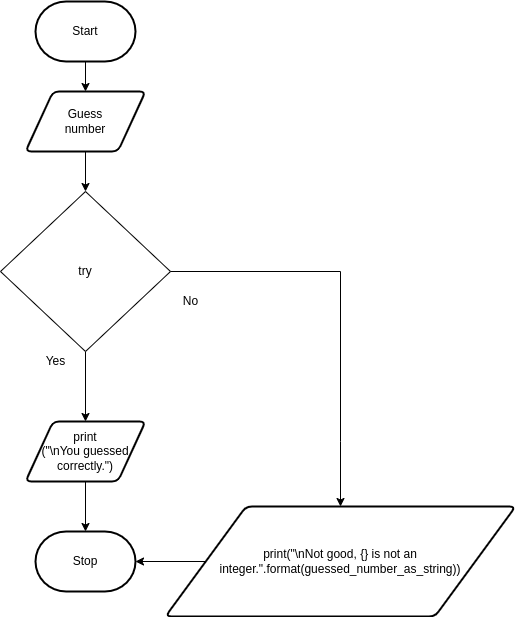
Earlier version of the draw.io export design/flowchart.png (Emmanuel-Fofeyin/ICS3U-Unit3-06-Python). Source tidied: cells renumbered, new cells last; positions are measured from the earlier drawing's top-left corner, leaving out a move shared by most shapes.
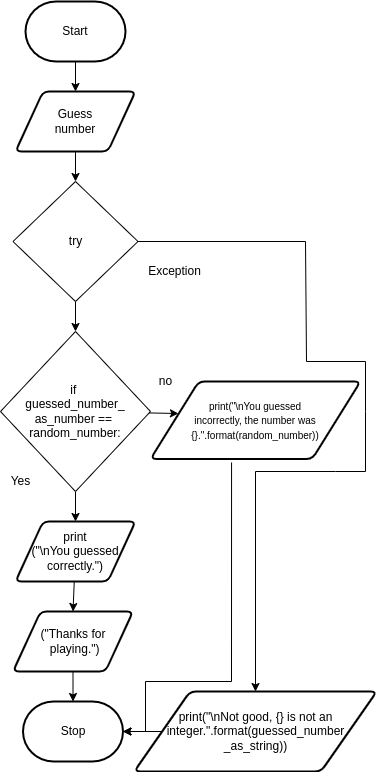
After the commit.

Commit message:
made some adjustments.

Change to the diagram source:
```diff
@@ -11,43 +11,78 @@
     <mxCell id="4" style="edgeStyle=none;html=1;exitX=0.5;exitY=1;exitDx=0;exitDy=0;entryX=0.5;entryY=0;entryDx=0;entryDy=0;" parent="1" edge="1" source="8" target="9">
       <mxGeometry relative="1" as="geometry" />
     </mxCell>
-    <mxCell id="5" style="edgeStyle=none;html=1;entryX=0.5;entryY=0;entryDx=0;entryDy=0;exitX=0.5;exitY=1;exitDx=0;exitDy=0;" parent="1" edge="1" source="9" target="7">
+    <mxCell id="5" style="edgeStyle=none;html=1;exitX=0.5;exitY=1;exitDx=0;exitDy=0;entryX=0.5;entryY=0;entryDx=0;entryDy=0;" parent="1" edge="1" source="9" target="18">
       <mxGeometry relative="1" as="geometry" />
     </mxCell>
-    <mxCell id="6" style="edgeStyle=none;html=1;entryX=0.5;entryY=0;entryDx=0;entryDy=0;entryPerimeter=0;" parent="1" edge="1" source="7" target="13">
+    <mxCell id="6" style="edgeStyle=none;html=1;entryX=0.5;entryY=0;entryDx=0;entryDy=0;" parent="1" edge="1" source="7" target="23">
       <mxGeometry relative="1" as="geometry" />
     </mxCell>
     <mxCell id="7" value="print&lt;br&gt;(&quot;\nYou guessed correctly.&quot;)" style="shape=parallelogram;html=1;strokeWidth=2;perimeter=parallelogramPerimeter;whiteSpace=wrap;rounded=1;arcSize=12;size=0.23;" parent="1" vertex="1">
-      <mxGeometry x="25" y="420" width="120" height="60" as="geometry" />
+      <mxGeometry x="25" y="520" width="120" height="60" as="geometry" />
     </mxCell>
     <mxCell id="8" value="Guess&lt;br&gt;number" style="shape=parallelogram;html=1;strokeWidth=2;perimeter=parallelogramPerimeter;whiteSpace=wrap;rounded=1;arcSize=12;size=0.23;" parent="1" vertex="1">
       <mxGeometry x="25" y="90" width="120" height="60" as="geometry" />
     </mxCell>
+    <mxCell id="12" style="edgeStyle=none;html=1;rounded=0;entryX=0.5;entryY=0;entryDx=0;entryDy=0;" parent="1" edge="1" source="9" target="15">
+      <mxGeometry relative="1" as="geometry">
+        <Array as="points">
+          <mxPoint x="315" y="240" />
+          <mxPoint x="316" y="360" />
+          <mxPoint x="375" y="360" />
+          <mxPoint x="375" y="410" />
+          <mxPoint x="375" y="470" />
+          <mxPoint x="345" y="470" />
+          <mxPoint x="265" y="470" />
+        </Array>
+      </mxGeometry>
+    </mxCell>
     <mxCell id="9" value="try" style="rhombus;whiteSpace=wrap;html=1;" parent="1" vertex="1">
-      <mxGeometry y="190" width="170" height="160" as="geometry" />
+      <mxGeometry x="22.5" y="180" width="125" height="120" as="geometry" />
     </mxCell>
     <mxCell id="10" value="Yes" style="text;html=1;align=center;verticalAlign=middle;strokeColor=none;fillColor=none;" parent="1" vertex="1">
-      <mxGeometry x="35" y="350" width="40" height="20" as="geometry" />
+      <mxGeometry x="10" y="470" width="40" height="20" as="geometry" />
     </mxCell>
-    <mxCell id="11" value="No" style="text;html=1;align=center;verticalAlign=middle;strokeColor=none;fillColor=none;" parent="1" vertex="1">
-      <mxGeometry x="175" y="290" width="30" height="20" as="geometry" />
+    <mxCell id="11" value="Exception" style="text;html=1;align=center;verticalAlign=middle;strokeColor=none;fillColor=none;" parent="1" vertex="1">
+      <mxGeometry x="149" y="260" width="70" height="20" as="geometry" />
     </mxCell>
-    <mxCell id="12" style="edgeStyle=none;html=1;exitX=1;exitY=0.5;exitDx=0;exitDy=0;rounded=0;entryX=0.5;entryY=0;entryDx=0;entryDy=0;" parent="1" edge="1" source="9" target="15">
-      <mxGeometry relative="1" as="geometry">
-        <Array as="points">
-          <mxPoint x="340" y="270" />
-          <mxPoint x="340" y="440" />
-        </Array>
-      </mxGeometry>
-    </mxCell>
     <mxCell id="13" value="Stop" style="strokeWidth=2;html=1;shape=mxgraph.flowchart.terminator;whiteSpace=wrap;" parent="1" vertex="1">
-      <mxGeometry x="35" y="530" width="100" height="60" as="geometry" />
+      <mxGeometry x="32.5" y="700" width="100" height="60" as="geometry" />
     </mxCell>
-    <mxCell id="14" style="edgeStyle=none;html=1;exitX=0;exitY=0.5;exitDx=0;exitDy=0;entryX=1;entryY=0.5;entryDx=0;entryDy=0;entryPerimeter=0;" parent="1" edge="1" source="15" target="13">
+    <mxCell id="14" style="edgeStyle=none;rounded=0;html=1;entryX=1;entryY=0.5;entryDx=0;entryDy=0;entryPerimeter=0;" parent="1" edge="1" source="15" target="13">
       <mxGeometry relative="1" as="geometry" />
     </mxCell>
-    <mxCell id="15" value="print(&quot;\nNot good, {} is not an integer.&quot;.format(guessed_number_as_string))" style="shape=parallelogram;html=1;strokeWidth=2;perimeter=parallelogramPerimeter;whiteSpace=wrap;rounded=1;arcSize=12;size=0.23;" parent="1" vertex="1">
-      <mxGeometry x="165" y="505" width="350" height="110" as="geometry" />
+    <mxCell id="15" value="print(&quot;\nNot good, {} is not an integer.&quot;.format(guessed_number&lt;br&gt;_as_string))" style="shape=parallelogram;html=1;strokeWidth=2;perimeter=parallelogramPerimeter;whiteSpace=wrap;rounded=1;arcSize=12;size=0.23;" parent="1" vertex="1">
+      <mxGeometry x="143.8" y="690" width="242.5" height="80" as="geometry" />
     </mxCell>
+    <mxCell id="16" style="edgeStyle=none;html=1;entryX=0.5;entryY=0;entryDx=0;entryDy=0;" parent="1" edge="1" source="18" target="7">
+      <mxGeometry relative="1" as="geometry" />
+    </mxCell>
+    <mxCell id="17" style="edgeStyle=none;rounded=0;html=1;entryX=0.133;entryY=0.413;entryDx=0;entryDy=0;entryPerimeter=0;" parent="1" edge="1" source="18" target="21">
+      <mxGeometry relative="1" as="geometry" />
+    </mxCell>
+    <mxCell id="18" value="if &lt;br&gt;guessed_number_&lt;br&gt;as_number == &lt;br&gt;random_number:" style="rhombus;whiteSpace=wrap;html=1;" parent="1" vertex="1">
+      <mxGeometry x="10" y="330" width="150" height="160" as="geometry" />
+    </mxCell>
+    <mxCell id="19" value="no" style="text;html=1;align=center;verticalAlign=middle;strokeColor=none;fillColor=none;" parent="1" vertex="1">
+      <mxGeometry x="160" y="370" width="30" height="20" as="geometry" />
+    </mxCell>
+    <mxCell id="20" style="edgeStyle=none;rounded=0;html=1;fontSize=10;exitX=0.386;exitY=1.045;exitDx=0;exitDy=0;exitPerimeter=0;entryX=1;entryY=0.5;entryDx=0;entryDy=0;entryPerimeter=0;" parent="1" edge="1" source="21" target="13">
+      <mxGeometry relative="1" as="geometry">
+        <Array as="points">
+          <mxPoint x="241" y="680" />
+          <mxPoint x="155" y="680" />
+          <mxPoint x="155" y="730" />
+        </Array>
+      </mxGeometry>
+    </mxCell>
+    <mxCell id="21" value="&lt;font style=&quot;font-size: 10px&quot;&gt;&amp;nbsp;print(&quot;\nYou guessed &lt;br&gt;incorrectly, the number was {}.&quot;.format(random_number))&lt;/font&gt;" style="shape=parallelogram;html=1;strokeWidth=2;perimeter=parallelogramPerimeter;whiteSpace=wrap;rounded=1;arcSize=12;size=0.23;" parent="1" vertex="1">
+      <mxGeometry x="160" y="380" width="210" height="77.5" as="geometry" />
+    </mxCell>
+    <mxCell id="22" style="edgeStyle=none;rounded=0;html=1;fontSize=10;" parent="1" edge="1" source="23" target="13">
+      <mxGeometry relative="1" as="geometry" />
+    </mxCell>
+    <mxCell id="23" value="(&quot;Thanks for&lt;br&gt;&amp;nbsp;playing.&quot;)" style="shape=parallelogram;html=1;strokeWidth=2;perimeter=parallelogramPerimeter;whiteSpace=wrap;rounded=1;arcSize=12;size=0.23;" parent="1" vertex="1">
+      <mxGeometry x="22.5" y="610" width="120" height="60" as="geometry" />
+    </mxCell>
   </root>
 </mxGraphModel>
```
